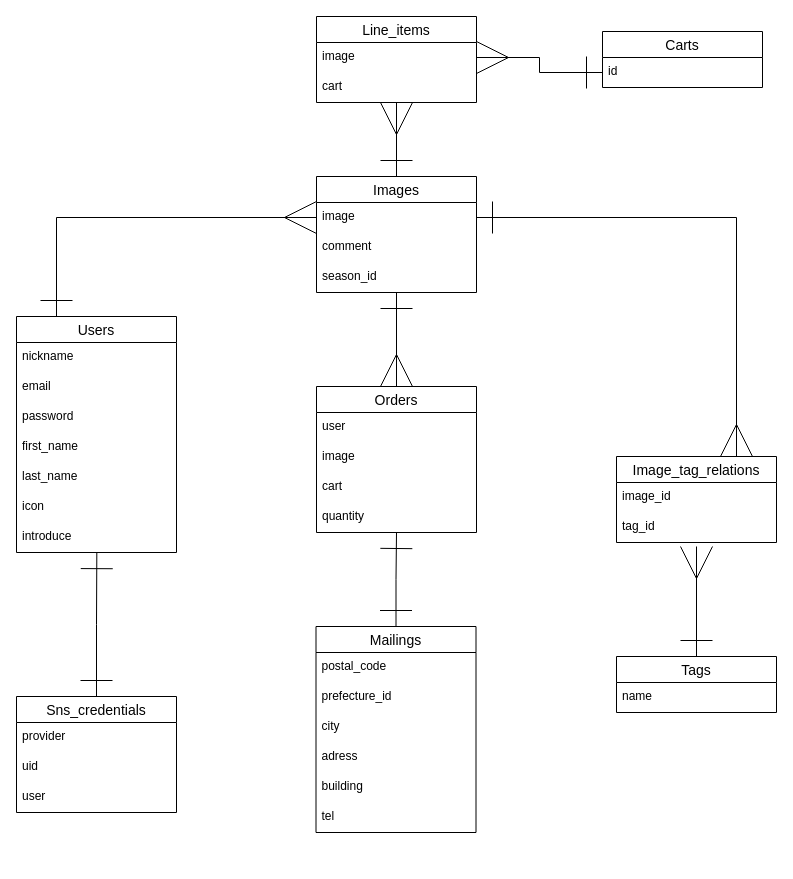
Before: imagecal.dio in phy-homa/imagecal, a draw.io diagram. Source tidied: cells renumbered, new cells numbered last; positions are measured from the earlier drawing's top-left corner, leaving out a move shared by most shapes. Both pictures are drawn from the tidied source at 100%, with x=0, y=0 at pixel (16, 16).
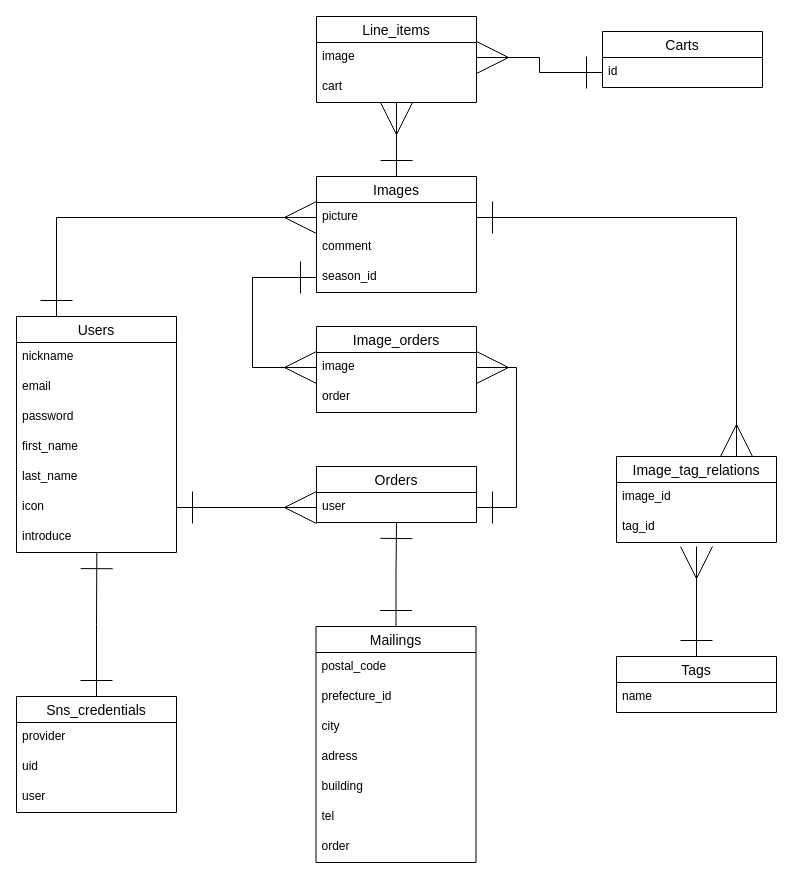
The same diagram, later.

The change refers to these unchanged cells:
```xml
<mxCell id="8" value="icon" style="text;strokeColor=none;fillColor=none;spacingLeft=4;spacingRight=4;overflow=hidden;points=[[0,0.5],[1,0.5]];portConstraint=eastwest;fontSize=12;" parent="2" vertex="1">
  <mxGeometry y="176" width="160" height="30" as="geometry" />
</mxCell>
<mxCell id="11" value="Images" style="swimlane;fontStyle=0;horizontal=1;startSize=26;align=center;fontSize=14;" parent="1" vertex="1">
  <mxGeometry x="300" y="160" width="160" height="116" as="geometry" />
</mxCell>
<mxCell id="14" value="season_id" style="text;strokeColor=none;fillColor=none;spacingLeft=4;spacingRight=4;overflow=hidden;points=[[0,0.5],[1,0.5]];portConstraint=eastwest;fontSize=12;" parent="11" vertex="1">
  <mxGeometry y="86" width="160" height="30" as="geometry" />
</mxCell>
<mxCell id="17" value="user" style="text;strokeColor=none;fillColor=none;spacingLeft=4;spacingRight=4;overflow=hidden;points=[[0,0.5],[1,0.5]];portConstraint=eastwest;fontSize=12;" parent="16" vertex="1">
  <mxGeometry y="26" width="160" height="30" as="geometry" />
</mxCell>
```

Change to the diagram source:
```diff
@@
-    <mxCell id="12" value="image" style="text;strokeColor=none;fillColor=none;spacingLeft=4;spacingRight=4;overflow=hidden;points=[[0,0.5],[1,0.5]];portConstraint=eastwest;fontSize=12;" parent="11" vertex="1">
+    <mxCell id="12" value="picture" style="text;strokeColor=none;fillColor=none;spacingLeft=4;spacingRight=4;overflow=hidden;points=[[0,0.5],[1,0.5]];portConstraint=eastwest;fontSize=12;" parent="11" vertex="1">
       <mxGeometry y="26" width="160" height="30" as="geometry" />
     </mxCell>
@@
-    <mxCell id="15" style="edgeStyle=orthogonalEdgeStyle;rounded=0;jettySize=auto;html=1;entryX=0.5;entryY=1;entryDx=0;entryDy=0;startArrow=ERmany;startFill=0;endArrow=ERone;endFill=0;startSize=30;endSize=30;" parent="1" edge="1" source="16" target="11">
-      <mxGeometry relative="1" as="geometry" />
-    </mxCell>
     <mxCell id="16" value="Orders" style="swimlane;fontStyle=0;horizontal=1;startSize=26;align=center;fontSize=14;" parent="1" vertex="1">
-      <mxGeometry x="300" y="370" width="160" height="146" as="geometry" />
+      <mxGeometry x="300" y="450" width="160" height="56" as="geometry" />
     </mxCell>
@@
-    <mxCell id="18" value="image" style="text;strokeColor=none;fillColor=none;spacingLeft=4;spacingRight=4;overflow=hidden;points=[[0,0.5],[1,0.5]];portConstraint=eastwest;fontSize=12;" parent="16" vertex="1">
-      <mxGeometry y="56" width="160" height="30" as="geometry" />
-    </mxCell>
-    <mxCell id="19" value="cart&#10;" style="text;strokeColor=none;fillColor=none;spacingLeft=4;spacingRight=4;overflow=hidden;fontSize=12;" parent="16" vertex="1">
-      <mxGeometry y="86" width="160" height="30" as="geometry" />
-    </mxCell>
-    <mxCell id="20" value="quantity" style="text;strokeColor=none;fillColor=none;spacingLeft=4;spacingRight=4;overflow=hidden;fontSize=12;" parent="16" vertex="1">
-      <mxGeometry y="116" width="160" height="30" as="geometry" />
-    </mxCell>
@@
     <mxCell id="22" value="Mailings" style="swimlane;fontStyle=0;horizontal=1;startSize=26;align=center;fontSize=14;" parent="1" vertex="1">
-      <mxGeometry x="299.5" y="610" width="160" height="206" as="geometry" />
+      <mxGeometry x="299.5" y="610" width="160" height="236" as="geometry" />
     </mxCell>
@@
+    <mxCell id="48" value="order" style="text;strokeColor=none;fillColor=none;spacingLeft=4;spacingRight=4;overflow=hidden;fontSize=12;" parent="22" vertex="1">
+      <mxGeometry y="206" width="160" height="30" as="geometry" />
+    </mxCell>
@@
+    <mxCell id="49" style="edgeStyle=orthogonalEdgeStyle;rounded=0;jettySize=auto;html=1;exitX=1;exitY=0.5;exitDx=0;exitDy=0;startArrow=ERone;startFill=0;endSize=30;startSize=30;endArrow=ERmany;endFill=0;" parent="1" edge="1" source="8" target="17">
+      <mxGeometry relative="1" as="geometry" />
+    </mxCell>
+    <mxCell id="50" value="Image_orders" style="swimlane;fontStyle=0;horizontal=1;startSize=26;align=center;fontSize=14;" parent="1" vertex="1">
+      <mxGeometry x="300" y="310" width="160" height="86" as="geometry" />
+    </mxCell>
+    <mxCell id="18" value="image" style="text;strokeColor=none;fillColor=none;spacingLeft=4;spacingRight=4;overflow=hidden;points=[[0,0.5],[1,0.5]];portConstraint=eastwest;fontSize=12;" parent="50" vertex="1">
+      <mxGeometry y="26" width="160" height="30" as="geometry" />
+    </mxCell>
+    <mxCell id="51" value="order" style="text;strokeColor=none;fillColor=none;spacingLeft=4;spacingRight=4;overflow=hidden;fontSize=12;" parent="50" vertex="1">
+      <mxGeometry y="56" width="160" height="30" as="geometry" />
+    </mxCell>
+    <mxCell id="52" style="edgeStyle=orthogonalEdgeStyle;rounded=0;jettySize=auto;html=1;exitX=0;exitY=0.5;exitDx=0;exitDy=0;entryX=0;entryY=0.5;entryDx=0;entryDy=0;startArrow=ERone;startFill=0;endArrow=ERmany;endFill=0;startSize=30;endSize=30;" parent="1" edge="1" source="14" target="18">
+      <mxGeometry relative="1" as="geometry">
+        <Array as="points">
+          <mxPoint x="236" y="261" />
+          <mxPoint x="236" y="351" />
+        </Array>
+      </mxGeometry>
+    </mxCell>
+    <mxCell id="53" style="edgeStyle=orthogonalEdgeStyle;rounded=0;jettySize=auto;html=1;exitX=1;exitY=0.5;exitDx=0;exitDy=0;entryX=1;entryY=0.5;entryDx=0;entryDy=0;startArrow=ERmany;startFill=0;endArrow=ERone;endFill=0;startSize=30;endSize=30;" parent="1" edge="1" source="18" target="17">
+      <mxGeometry relative="1" as="geometry" />
+    </mxCell>
```
